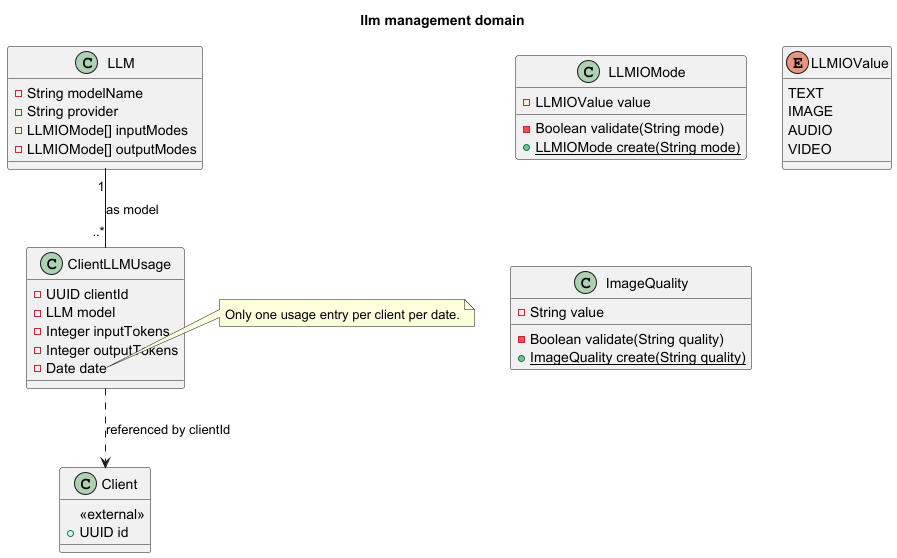
Earlier version of the PlantUML export docs/uml/domain-modelling/images/llm_management_domain.png (pondem87/medulla2j).
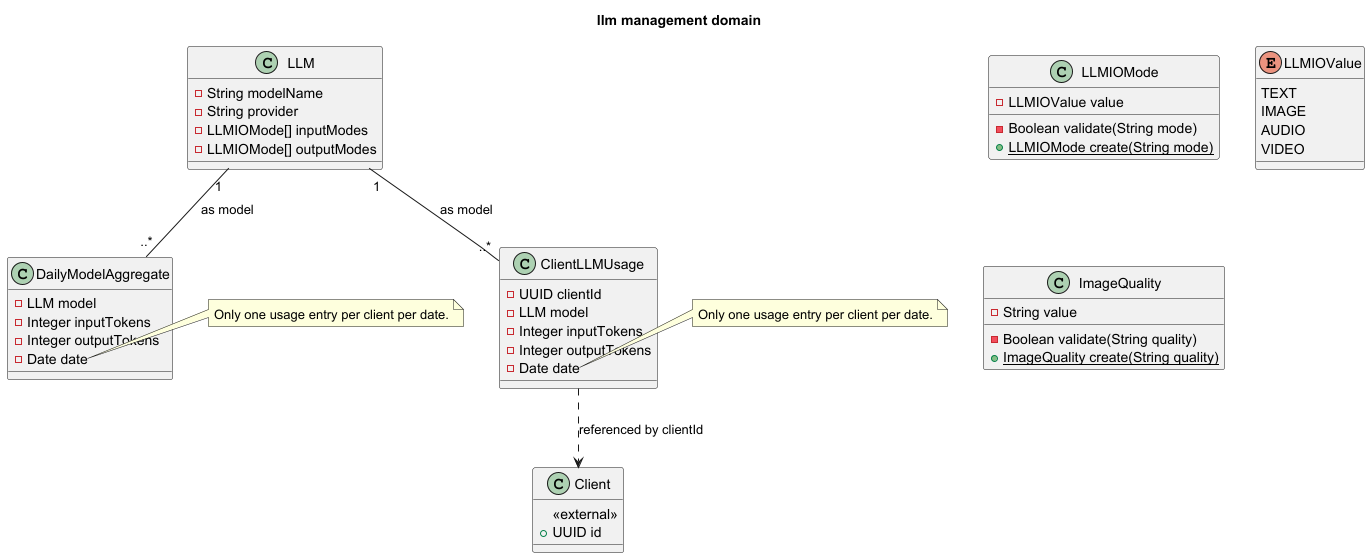
The same diagram one commit later.

Commit message:
added administration domain

Change to the diagram source:
```diff
@@ -9,7 +9,16 @@
     -LLMIOMode[] outputModes
 }
 
+class DailyModelAggregate {
+    -LLM model
+    -Integer inputTokens
+    -Integer outputTokens
+    -Date date
+}
 
+note right of DailyModelAggregate::date
+Only one usage entry per client per date.
+end note
 
 class ClientLLMUsage {
     -UUID clientId
@@ -43,6 +52,7 @@
 }
 
 LLM "1" -- "..*" ClientLLMUsage: as model
+LLM "1" -- "..*" DailyModelAggregate: as model
 
 class Client {
     <<external>>
```
